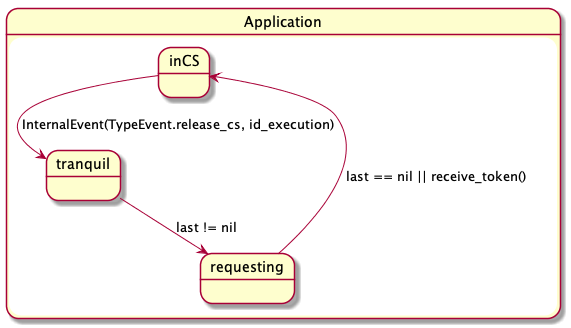
RobinMayo/peersim keeps this PlantUML diagram as Diagrammes/exercice_1-question_2.png. Above is the earlier version.
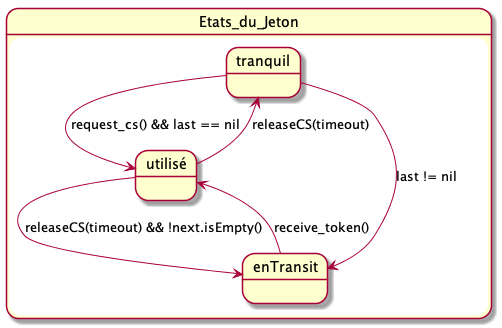
The same file after the commit.

Commit message:
Exercice 1, Question 2 FAIT + CORRECTION DU PROF max-min Application

Diff of the diagram source:
```diff
@@ -1,9 +1,11 @@
 @startuml
 
-state Application {
-  inCS --> tranquil : InternalEvent(TypeEvent.release_cs, id_execution)
-  tranquil --> requesting : last != nil
-  requesting --> inCS : last == nil || receive_token()
+state Etats_du_Jeton {
+  tranquil --> utilisé : request_cs() && last == nil
+  tranquil --> enTransit : last != nil
+  utilisé --> tranquil : releaseCS(timeout)
+  utilisé --> enTransit : releaseCS(timeout) && !next.isEmpty()
+  enTransit --> utilisé : receive_token()
 }
 
 @enduml
```
